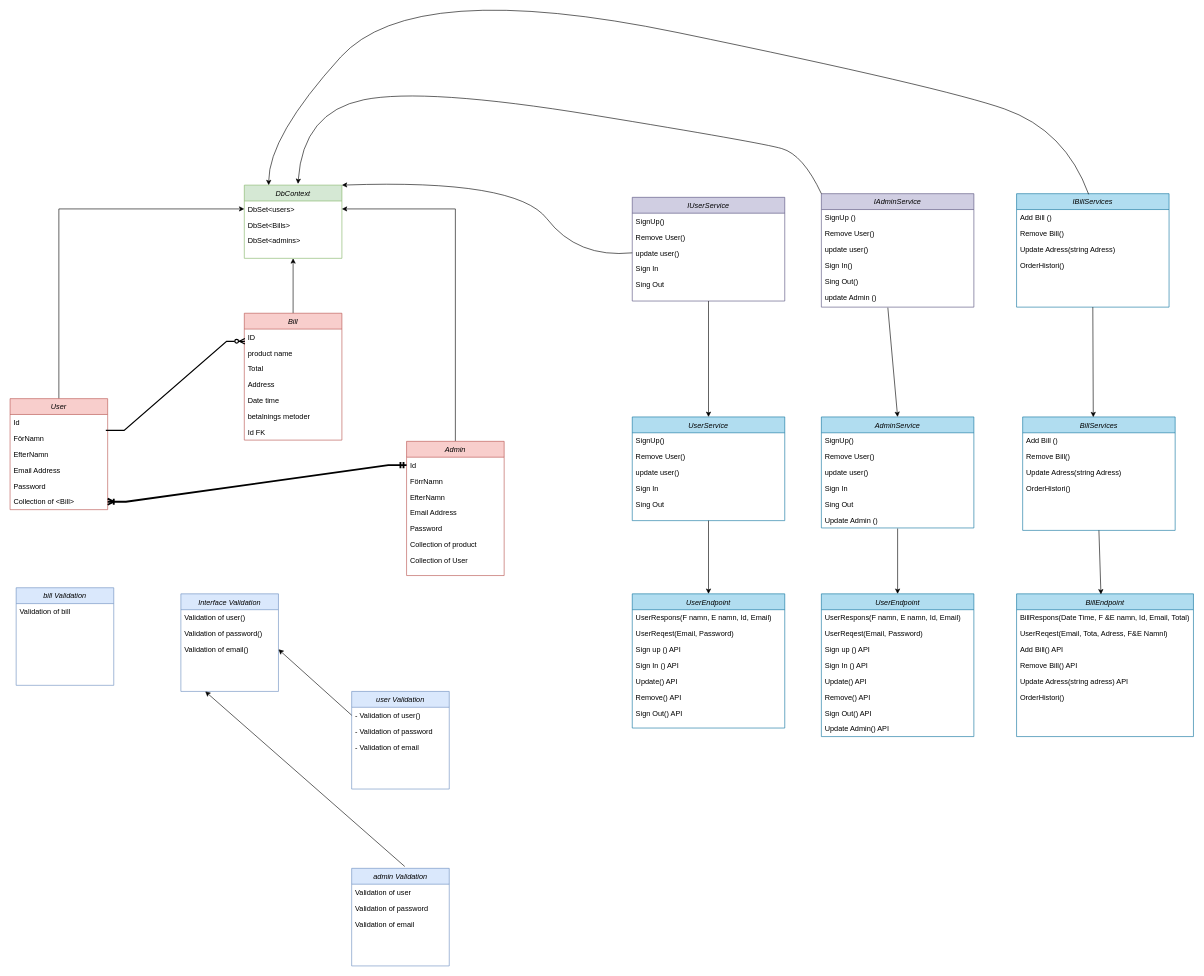
Earlier version of the draw.io diagram page "Class diagram" (1 of 3) of Untitled Diagram.drawio (omarogaili/Quattrosquad). Source tidied: cells renumbered, new cells numbered last; positions are measured from the earlier drawing's top-left corner, leaving out a move shared by most shapes. Both pictures are drawn from the tidied source at 61%, with x=0, y=0 at pixel (10, -23).
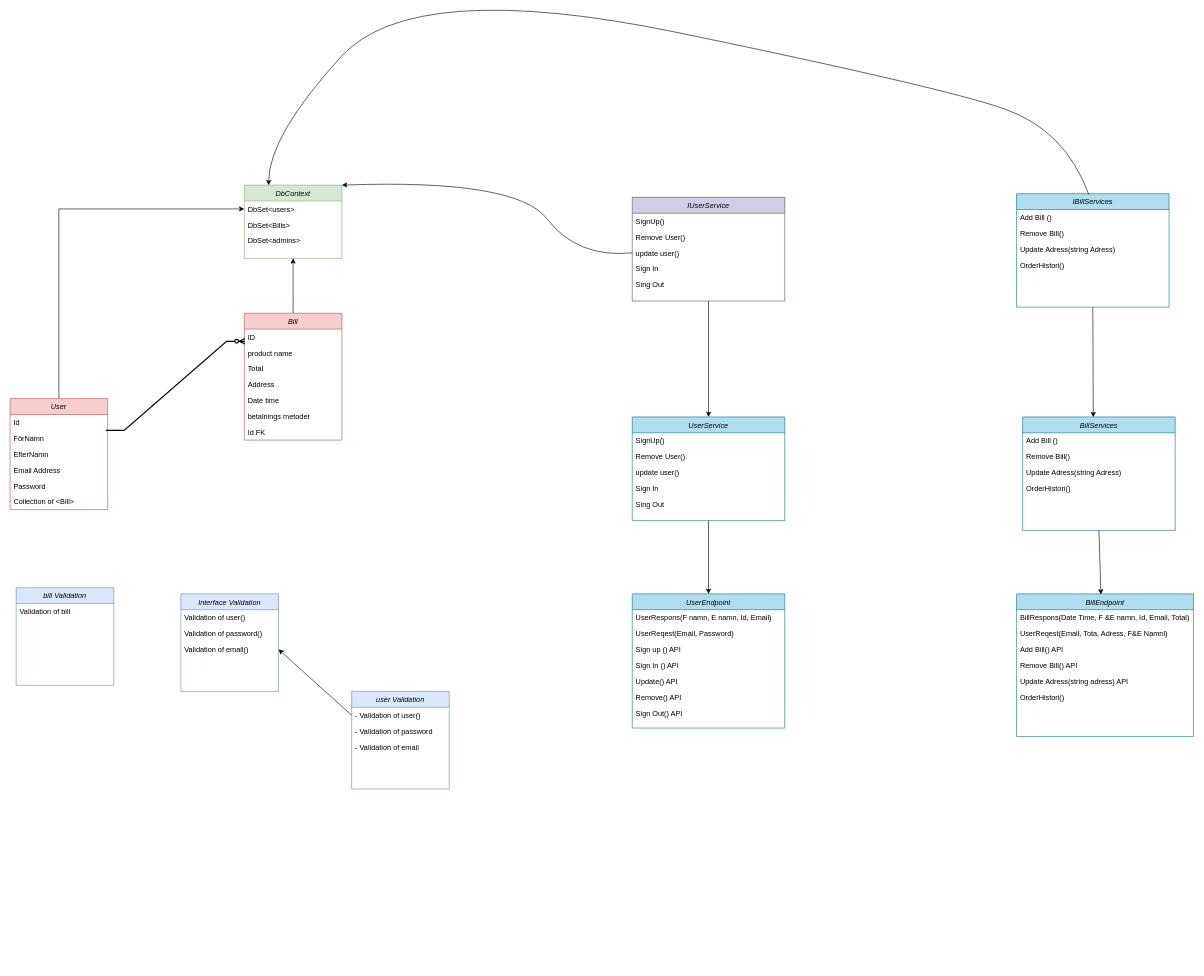
The same diagram, later.

Unchanged cells that the change refers to:
```xml
<mxCell id="9" value="Collection of &lt;Bill&gt;" style="text;align=left;verticalAlign=top;spacingLeft=4;spacingRight=4;overflow=hidden;points=[[0,0.5],[1,0.5]];portConstraint=eastwest;rounded=0;shadow=0;html=0;" parent="3" vertex="1">
  <mxGeometry y="156" width="160" height="26" as="geometry" />
</mxCell>
<mxCell id="10" value="DbContext" style="swimlane;fontStyle=2;align=center;verticalAlign=top;horizontal=1;startSize=26;rounded=0;shadow=0;strokeWidth=1;fillColor=#d5e8d4;strokeColor=#82b366;" parent="1" vertex="1">
  <mxGeometry x="384" y="340" width="160" height="120" as="geometry" />
</mxCell>
<mxCell id="11" value="DbSet&lt;users&gt;" style="text;align=left;verticalAlign=top;spacingLeft=4;spacingRight=4;overflow=hidden;points=[[0,0.5],[1,0.5]];portConstraint=eastwest;rounded=0;shadow=0;html=0;" parent="10" vertex="1">
  <mxGeometry y="26" width="160" height="26" as="geometry" />
</mxCell>
<mxCell id="34" value="Interface Validation" style="swimlane;fontStyle=2;align=center;verticalAlign=top;horizontal=1;startSize=26;rounded=0;shadow=0;strokeWidth=1;fillColor=#dae8fc;strokeColor=#6c8ebf;" parent="1" vertex="1">
  <mxGeometry x="280" y="1010" width="160" height="160" as="geometry" />
</mxCell>
```

Change to the diagram source:
```diff
@@
-    <mxCell id="23" style="edgeStyle=orthogonalEdgeStyle;rounded=0;jettySize=auto;html=1;exitX=0.5;exitY=0;exitDx=0;exitDy=0;entryX=1;entryY=0.5;entryDx=0;entryDy=0;" parent="1" edge="1" source="24" target="11">
-      <mxGeometry relative="1" as="geometry" />
-    </mxCell>
-    <mxCell id="24" value="Admin" style="swimlane;fontStyle=2;align=center;verticalAlign=top;horizontal=1;startSize=26;rounded=0;shadow=0;strokeWidth=1;fillColor=#f8cecc;strokeColor=#b85450;" parent="1" vertex="1">
-      <mxGeometry x="650" y="760" width="160" height="220" as="geometry" />
-    </mxCell>
-    <mxCell id="25" value="Id" style="text;align=left;verticalAlign=top;spacingLeft=4;spacingRight=4;overflow=hidden;points=[[0,0.5],[1,0.5]];portConstraint=eastwest;" parent="24" vertex="1">
-      <mxGeometry y="26" width="160" height="26" as="geometry" />
-    </mxCell>
-    <mxCell id="26" value="FörrNamn" style="text;align=left;verticalAlign=top;spacingLeft=4;spacingRight=4;overflow=hidden;rounded=0;shadow=0;html=0;" parent="24" vertex="1">
-      <mxGeometry y="52" width="160" height="26" as="geometry" />
-    </mxCell>
-    <mxCell id="27" value="EfterNamn" style="text;align=left;verticalAlign=top;spacingLeft=4;spacingRight=4;overflow=hidden;rounded=0;shadow=0;html=0;" parent="24" vertex="1">
-      <mxGeometry y="78" width="160" height="26" as="geometry" />
-    </mxCell>
-    <mxCell id="28" value="Email Address" style="text;align=left;verticalAlign=top;spacingLeft=4;spacingRight=4;overflow=hidden;rounded=0;shadow=0;html=0;" parent="24" vertex="1">
-      <mxGeometry y="104" width="160" height="26" as="geometry" />
-    </mxCell>
-    <mxCell id="29" value="Password" style="text;align=left;verticalAlign=top;spacingLeft=4;spacingRight=4;overflow=hidden;rounded=0;shadow=0;html=0;" parent="24" vertex="1">
-      <mxGeometry y="130" width="160" height="26" as="geometry" />
-    </mxCell>
-    <mxCell id="30" value="Collection of product " style="text;align=left;verticalAlign=top;spacingLeft=4;spacingRight=4;overflow=hidden;rounded=0;shadow=0;html=0;" parent="24" vertex="1">
-      <mxGeometry y="156" width="160" height="26" as="geometry" />
-    </mxCell>
-    <mxCell id="31" value="Collection of User " style="text;align=left;verticalAlign=top;spacingLeft=4;spacingRight=4;overflow=hidden;rounded=0;shadow=0;html=0;" parent="24" vertex="1">
-      <mxGeometry y="182" width="160" height="26" as="geometry" />
-    </mxCell>
@@
-    <mxCell id="33" style="edgeStyle=entityRelationEdgeStyle;fontSize=12;html=1;endArrow=ERoneToMany;startArrow=ERmandOne;rounded=0;strokeWidth=3;entryX=1;entryY=0.5;entryDx=0;entryDy=0;" parent="1" edge="1" source="25" target="9">
-      <mxGeometry relative="1" as="geometry" />
-    </mxCell>
@@
-    <mxCell id="42" value="admin Validation" style="swimlane;fontStyle=2;align=center;verticalAlign=top;horizontal=1;startSize=26;rounded=0;shadow=0;strokeWidth=1;fillColor=#dae8fc;strokeColor=#6c8ebf;" parent="1" vertex="1">
-      <mxGeometry x="560" y="1460" width="160" height="160" as="geometry" />
-    </mxCell>
-    <mxCell id="43" value="Validation of user" style="text;align=left;verticalAlign=top;spacingLeft=4;spacingRight=4;overflow=hidden;rounded=0;shadow=0;html=0;" parent="42" vertex="1">
-      <mxGeometry y="26" width="160" height="26" as="geometry" />
-    </mxCell>
-    <mxCell id="44" value="Validation of password" style="text;align=left;verticalAlign=top;spacingLeft=4;spacingRight=4;overflow=hidden;rounded=0;shadow=0;html=0;" parent="42" vertex="1">
-      <mxGeometry y="52" width="160" height="26" as="geometry" />
-    </mxCell>
-    <mxCell id="45" value="Validation of email" style="text;align=left;verticalAlign=top;spacingLeft=4;spacingRight=4;overflow=hidden;rounded=0;shadow=0;html=0;" parent="42" vertex="1">
-      <mxGeometry y="78" width="160" height="26" as="geometry" />
-    </mxCell>
@@
-    <mxCell id="48" style="endArrow=classic;html=1;rounded=0;entryX=0.25;entryY=1;entryDx=0;entryDy=0;exitX=0.544;exitY=-0.019;exitDx=0;exitDy=0;exitPerimeter=0;" parent="1" edge="1" source="42" target="34">
-      <mxGeometry relative="1" as="geometry" />
-    </mxCell>
@@
-    <mxCell id="73" value="IAdminService" style="swimlane;fontStyle=2;align=center;verticalAlign=top;horizontal=1;startSize=26;rounded=0;shadow=0;strokeWidth=1;fillColor=#d0cee2;strokeColor=#56517e;" parent="1" vertex="1">
-      <mxGeometry x="1330" y="354" width="250" height="186" as="geometry" />
-    </mxCell>
-    <mxCell id="74" value="SignUp ()" style="text;align=left;verticalAlign=top;spacingLeft=4;spacingRight=4;overflow=hidden;" parent="73" vertex="1">
-      <mxGeometry y="26" width="250" height="26" as="geometry" />
-    </mxCell>
-    <mxCell id="75" value="Remove User()" style="text;align=left;verticalAlign=top;spacingLeft=4;spacingRight=4;overflow=hidden;rounded=0;shadow=0;html=0;" parent="73" vertex="1">
-      <mxGeometry y="52" width="250" height="26" as="geometry" />
-    </mxCell>
-    <mxCell id="76" value="update user()" style="text;align=left;verticalAlign=top;spacingLeft=4;spacingRight=4;overflow=hidden;rounded=0;shadow=0;html=0;" parent="73" vertex="1">
-      <mxGeometry y="78" width="250" height="26" as="geometry" />
-    </mxCell>
-    <mxCell id="77" value="Sign In()" style="text;align=left;verticalAlign=top;spacingLeft=4;spacingRight=4;overflow=hidden;rounded=0;shadow=0;html=0;" parent="73" vertex="1">
-      <mxGeometry y="104" width="250" height="26" as="geometry" />
-    </mxCell>
-    <mxCell id="78" value="Sing Out()" style="text;align=left;verticalAlign=top;spacingLeft=4;spacingRight=4;overflow=hidden;rounded=0;shadow=0;html=0;" parent="73" vertex="1">
-      <mxGeometry y="130" width="250" height="26" as="geometry" />
-    </mxCell>
-    <mxCell id="79" value="update Admin ()" style="text;align=left;verticalAlign=top;spacingLeft=4;spacingRight=4;overflow=hidden;points=[[0,0.5],[1,0.5]];portConstraint=eastwest;rounded=0;shadow=0;html=0;" parent="73" vertex="1">
-      <mxGeometry y="156" width="250" height="26" as="geometry" />
-    </mxCell>
-    <mxCell id="80" value="AdminService" style="swimlane;fontStyle=2;align=center;verticalAlign=top;horizontal=1;startSize=26;rounded=0;shadow=0;strokeWidth=1;fillColor=#b1ddf0;strokeColor=#10739e;" parent="1" vertex="1">
-      <mxGeometry x="1330" y="720" width="250" height="182" as="geometry" />
-    </mxCell>
-    <mxCell id="81" value="SignUp()" style="text;align=left;verticalAlign=top;spacingLeft=4;spacingRight=4;overflow=hidden;" parent="80" vertex="1">
-      <mxGeometry y="26" width="250" height="26" as="geometry" />
-    </mxCell>
-    <mxCell id="82" value="Remove User()" style="text;align=left;verticalAlign=top;spacingLeft=4;spacingRight=4;overflow=hidden;rounded=0;shadow=0;html=0;" parent="80" vertex="1">
-      <mxGeometry y="52" width="250" height="26" as="geometry" />
-    </mxCell>
-    <mxCell id="83" value="update user()" style="text;align=left;verticalAlign=top;spacingLeft=4;spacingRight=4;overflow=hidden;rounded=0;shadow=0;html=0;" parent="80" vertex="1">
-      <mxGeometry y="78" width="250" height="26" as="geometry" />
-    </mxCell>
-    <mxCell id="84" value="Sign In" style="text;align=left;verticalAlign=top;spacingLeft=4;spacingRight=4;overflow=hidden;rounded=0;shadow=0;html=0;" parent="80" vertex="1">
-      <mxGeometry y="104" width="250" height="26" as="geometry" />
-    </mxCell>
-    <mxCell id="85" value="Sing Out" style="text;align=left;verticalAlign=top;spacingLeft=4;spacingRight=4;overflow=hidden;rounded=0;shadow=0;html=0;" parent="80" vertex="1">
-      <mxGeometry y="130" width="250" height="26" as="geometry" />
-    </mxCell>
-    <mxCell id="86" value="Update Admin ()" style="text;align=left;verticalAlign=top;spacingLeft=4;spacingRight=4;overflow=hidden;points=[[0,0.5],[1,0.5]];portConstraint=eastwest;rounded=0;shadow=0;html=0;" parent="80" vertex="1">
-      <mxGeometry y="156" width="250" height="26" as="geometry" />
-    </mxCell>
-    <mxCell id="87" value="UserEndpoint" style="swimlane;fontStyle=2;align=center;verticalAlign=top;horizontal=1;startSize=26;rounded=0;shadow=0;strokeWidth=1;fillColor=#b1ddf0;strokeColor=#10739e;" parent="1" vertex="1">
-      <mxGeometry x="1330" y="1010" width="250" height="234" as="geometry" />
-    </mxCell>
-    <mxCell id="88" value="UserRespons(F namn, E namn, Id, Email)" style="text;align=left;verticalAlign=top;spacingLeft=4;spacingRight=4;overflow=hidden;" parent="87" vertex="1">
-      <mxGeometry y="26" width="250" height="26" as="geometry" />
-    </mxCell>
-    <mxCell id="89" value="UserReqest(Email, Password)" style="text;align=left;verticalAlign=top;spacingLeft=4;spacingRight=4;overflow=hidden;rounded=0;shadow=0;html=0;" parent="87" vertex="1">
-      <mxGeometry y="52" width="250" height="26" as="geometry" />
-    </mxCell>
-    <mxCell id="90" value="Sign up () API" style="text;align=left;verticalAlign=top;spacingLeft=4;spacingRight=4;overflow=hidden;rounded=0;shadow=0;html=0;" parent="87" vertex="1">
-      <mxGeometry y="78" width="250" height="26" as="geometry" />
-    </mxCell>
-    <mxCell id="91" value="Sign In () API" style="text;align=left;verticalAlign=top;spacingLeft=4;spacingRight=4;overflow=hidden;rounded=0;shadow=0;html=0;" parent="87" vertex="1">
-      <mxGeometry y="104" width="250" height="26" as="geometry" />
-    </mxCell>
-    <mxCell id="92" value="Update() API" style="text;align=left;verticalAlign=top;spacingLeft=4;spacingRight=4;overflow=hidden;rounded=0;shadow=0;html=0;" parent="87" vertex="1">
-      <mxGeometry y="130" width="250" height="26" as="geometry" />
-    </mxCell>
-    <mxCell id="93" value="Remove() API" style="text;align=left;verticalAlign=top;spacingLeft=4;spacingRight=4;overflow=hidden;rounded=0;shadow=0;html=0;" parent="87" vertex="1">
-      <mxGeometry y="156" width="250" height="26" as="geometry" />
-    </mxCell>
-    <mxCell id="94" value="Sign Out() API" style="text;align=left;verticalAlign=top;spacingLeft=4;spacingRight=4;overflow=hidden;rounded=0;shadow=0;html=0;" parent="87" vertex="1">
-      <mxGeometry y="182" width="250" height="26" as="geometry" />
-    </mxCell>
-    <mxCell id="95" value="Update Admin() API" style="text;align=left;verticalAlign=top;spacingLeft=4;spacingRight=4;overflow=hidden;rounded=0;shadow=0;html=0;" parent="87" vertex="1">
-      <mxGeometry y="208" width="250" height="26" as="geometry" />
-    </mxCell>
-    <mxCell id="96" style="endArrow=classic;html=1;rounded=0;entryX=0.5;entryY=0;entryDx=0;entryDy=0;exitX=0.5;exitY=1.038;exitDx=0;exitDy=0;exitPerimeter=0;" parent="1" edge="1" source="86" target="87">
-      <mxGeometry relative="1" as="geometry" />
-    </mxCell>
-    <mxCell id="97" style="endArrow=classic;html=1;rounded=0;exitX=0.436;exitY=1.192;exitDx=0;exitDy=0;entryX=0.5;entryY=0;entryDx=0;entryDy=0;exitPerimeter=0;" parent="1" edge="1" source="79" target="80">
-      <mxGeometry relative="1" as="geometry" />
-    </mxCell>
-    <mxCell id="98" style="curved=1;endArrow=classic;html=1;rounded=0;entryX=0.55;entryY=-0.017;entryDx=0;entryDy=0;entryPerimeter=0;exitX=0;exitY=0;exitDx=0;exitDy=0;" parent="1" edge="1" source="73" target="10">
-      <mxGeometry relative="1" as="geometry">
-        <Array as="points">
-          <mxPoint x="1300" y="290" />
-          <mxPoint x="1230" y="270" />
-          <mxPoint x="680" y="180" />
-          <mxPoint x="480" y="220" />
-        </Array>
-      </mxGeometry>
-    </mxCell>
```
